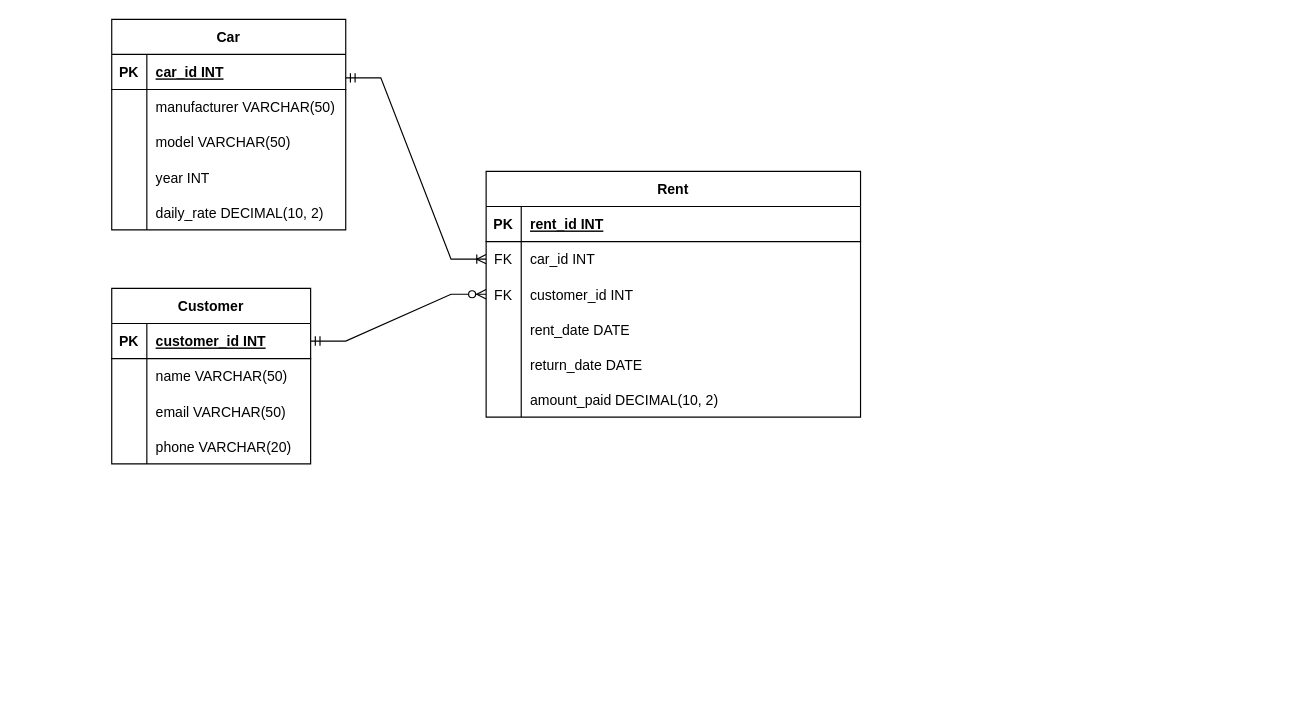
Above: 2 lab/ER diagrama.drawio in tomas6446/dbvs (draw.io), before the change. Source tidied: cells renumbered, new cells numbered last; positions are measured from the earlier drawing's top-left corner, leaving out a move shared by most shapes. Both pictures are drawn from the tidied source at 117%, with x=0, y=0 at pixel (111, 19).
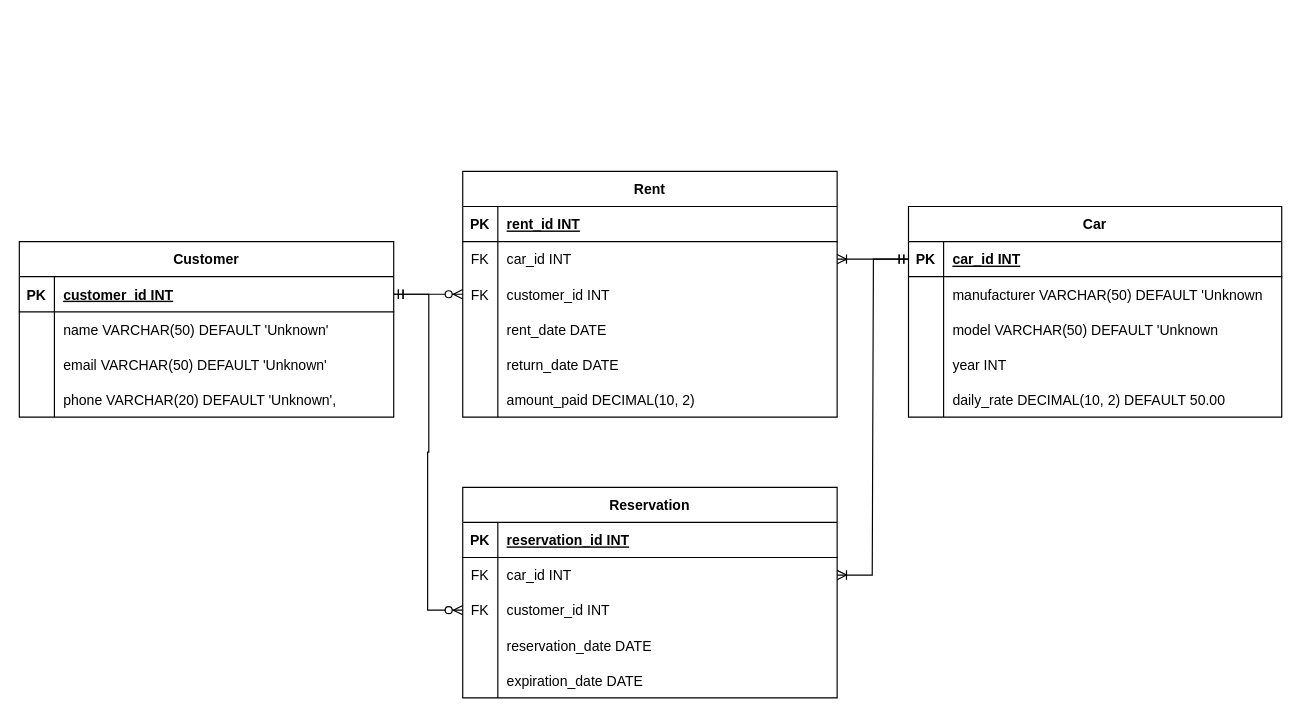
The same page after the edit.

The change refers to these unchanged cells:
```xml
<mxCell id="36" style="shape=tableRow;horizontal=0;startSize=0;swimlaneHead=0;swimlaneBody=0;fillColor=none;points=[[0,0.5],[1,0.5]];portConstraint=eastwest;strokeColor=inherit;top=0;left=0;right=0;bottom=0;" parent="32" vertex="1">
  <mxGeometry y="60" width="320" height="30" as="geometry" />
</mxCell>
```

What changed in the source:
```diff
@@
     <mxCell id="2" value="Car" style="shape=table;startSize=30;childLayout=tableLayout;rowLines=0;fontStyle=1;align=center;" parent="1" vertex="1">
-      <mxGeometry width="200" height="180" as="geometry" />
+      <mxGeometry x="681" y="160" width="319" height="180" as="geometry" />
     </mxCell>
     <mxCell id="3" style="shape=tableRow;horizontal=0;startSize=0;swimlaneHead=0;swimlaneBody=0;fillColor=none;points=[[0,0.5],[1,0.5]];portConstraint=eastwest;strokeColor=inherit;top=0;left=0;right=0;bottom=1;" parent="2" vertex="1">
-      <mxGeometry y="30" width="200" height="30" as="geometry" />
+      <mxGeometry y="30" width="319" height="30" as="geometry" />
     </mxCell>
@@
     <mxCell id="5" value="car_id INT " style="shape=partialRectangle;overflow=hidden;fillColor=none;align=left;strokeColor=inherit;top=0;left=0;bottom=0;right=0;spacingLeft=6;fontStyle=5;" parent="3" vertex="1">
-      <mxGeometry x="30" width="170" height="30" as="geometry" />
+      <mxGeometry x="30" width="289" height="30" as="geometry" />
     </mxCell>
     <mxCell id="6" style="shape=tableRow;horizontal=0;startSize=0;swimlaneHead=0;swimlaneBody=0;fillColor=none;strokeColor=inherit;top=0;left=0;right=0;bottom=0;" parent="2" vertex="1">
-      <mxGeometry y="60" width="200" height="30" as="geometry" />
+      <mxGeometry y="60" width="319" height="30" as="geometry" />
     </mxCell>
@@
-    <mxCell id="8" value="manufacturer VARCHAR(50)" style="shape=partialRectangle;overflow=hidden;fillColor=none;align=left;strokeColor=inherit;top=0;left=0;bottom=0;right=0;spacingLeft=6;" parent="6" vertex="1">
-      <mxGeometry x="30" width="170" height="30" as="geometry" />
+    <mxCell id="8" value="manufacturer VARCHAR(50) DEFAULT 'Unknown" style="shape=partialRectangle;overflow=hidden;fillColor=none;align=left;strokeColor=inherit;top=0;left=0;bottom=0;right=0;spacingLeft=6;" parent="6" vertex="1">
+      <mxGeometry x="30" width="289" height="30" as="geometry" />
     </mxCell>
     <mxCell id="9" style="shape=tableRow;horizontal=0;startSize=0;swimlaneHead=0;swimlaneBody=0;fillColor=none;strokeColor=inherit;top=0;left=0;right=0;bottom=0;" parent="2" vertex="1">
-      <mxGeometry y="90" width="200" height="30" as="geometry" />
+      <mxGeometry y="90" width="319" height="30" as="geometry" />
     </mxCell>
@@
-    <mxCell id="11" value="model VARCHAR(50)" style="shape=partialRectangle;overflow=hidden;fillColor=none;align=left;strokeColor=inherit;top=0;left=0;bottom=0;right=0;spacingLeft=6;" parent="9" vertex="1">
-      <mxGeometry x="30" width="170" height="30" as="geometry" />
+    <mxCell id="11" value="model VARCHAR(50) DEFAULT 'Unknown" style="shape=partialRectangle;overflow=hidden;fillColor=none;align=left;strokeColor=inherit;top=0;left=0;bottom=0;right=0;spacingLeft=6;" parent="9" vertex="1">
+      <mxGeometry x="30" width="289" height="30" as="geometry" />
     </mxCell>
     <mxCell id="12" style="shape=tableRow;horizontal=0;startSize=0;swimlaneHead=0;swimlaneBody=0;fillColor=none;strokeColor=inherit;top=0;left=0;right=0;bottom=0;" parent="2" vertex="1">
-      <mxGeometry y="120" width="200" height="30" as="geometry" />
+      <mxGeometry y="120" width="319" height="30" as="geometry" />
     </mxCell>
@@
     <mxCell id="14" value="year INT" style="shape=partialRectangle;overflow=hidden;fillColor=none;align=left;strokeColor=inherit;top=0;left=0;bottom=0;right=0;spacingLeft=6;" parent="12" vertex="1">
-      <mxGeometry x="30" width="170" height="30" as="geometry" />
+      <mxGeometry x="30" width="289" height="30" as="geometry" />
     </mxCell>
     <mxCell id="15" style="shape=tableRow;horizontal=0;startSize=0;swimlaneHead=0;swimlaneBody=0;fillColor=none;strokeColor=inherit;top=0;left=0;right=0;bottom=0;" parent="2" vertex="1">
-      <mxGeometry y="150" width="200" height="30" as="geometry" />
+      <mxGeometry y="150" width="319" height="30" as="geometry" />
     </mxCell>
@@
-    <mxCell id="17" value="daily_rate DECIMAL(10, 2)" style="shape=partialRectangle;overflow=hidden;fillColor=none;align=left;strokeColor=inherit;top=0;left=0;bottom=0;right=0;spacingLeft=6;" parent="15" vertex="1">
-      <mxGeometry x="30" width="170" height="30" as="geometry" />
+    <mxCell id="17" value="daily_rate DECIMAL(10, 2) DEFAULT 50.00" style="shape=partialRectangle;overflow=hidden;fillColor=none;align=left;strokeColor=inherit;top=0;left=0;bottom=0;right=0;spacingLeft=6;" parent="15" vertex="1">
+      <mxGeometry x="30" width="289" height="30" as="geometry" />
     </mxCell>
     <mxCell id="18" value="Customer" style="shape=table;startSize=30;childLayout=tableLayout;rowLines=0;fontStyle=1;align=center;" parent="1" vertex="1">
-      <mxGeometry y="230" width="170" height="150" as="geometry" />
+      <mxGeometry x="-79" y="190" width="320" height="150" as="geometry" />
     </mxCell>
     <mxCell id="19" style="shape=tableRow;horizontal=0;startSize=0;swimlaneHead=0;swimlaneBody=0;fillColor=none;points=[[0,0.5],[1,0.5]];portConstraint=eastwest;strokeColor=inherit;top=0;left=0;right=0;bottom=1;" parent="18" vertex="1">
-      <mxGeometry y="30" width="170" height="30" as="geometry" />
+      <mxGeometry y="30" width="320" height="30" as="geometry" />
     </mxCell>
@@
     <mxCell id="21" value="customer_id INT " style="shape=partialRectangle;overflow=hidden;fillColor=none;align=left;strokeColor=inherit;top=0;left=0;bottom=0;right=0;spacingLeft=6;fontStyle=5;" parent="19" vertex="1">
-      <mxGeometry x="30" width="140" height="30" as="geometry" />
+      <mxGeometry x="30" width="290" height="30" as="geometry" />
     </mxCell>
     <mxCell id="22" style="shape=tableRow;horizontal=0;startSize=0;swimlaneHead=0;swimlaneBody=0;fillColor=none;strokeColor=inherit;top=0;left=0;right=0;bottom=0;" parent="18" vertex="1">
-      <mxGeometry y="60" width="170" height="30" as="geometry" />
+      <mxGeometry y="60" width="320" height="30" as="geometry" />
     </mxCell>
@@
-    <mxCell id="24" value="name VARCHAR(50)" style="shape=partialRectangle;overflow=hidden;fillColor=none;align=left;strokeColor=inherit;top=0;left=0;bottom=0;right=0;spacingLeft=6;" parent="22" vertex="1">
-      <mxGeometry x="30" width="140" height="30" as="geometry" />
+    <mxCell id="24" value="name VARCHAR(50) DEFAULT 'Unknown'" style="shape=partialRectangle;overflow=hidden;fillColor=none;align=left;strokeColor=inherit;top=0;left=0;bottom=0;right=0;spacingLeft=6;" parent="22" vertex="1">
+      <mxGeometry x="30" width="290" height="30" as="geometry" />
     </mxCell>
     <mxCell id="25" style="shape=tableRow;horizontal=0;startSize=0;swimlaneHead=0;swimlaneBody=0;fillColor=none;strokeColor=inherit;top=0;left=0;right=0;bottom=0;" parent="18" vertex="1">
-      <mxGeometry y="90" width="170" height="30" as="geometry" />
+      <mxGeometry y="90" width="320" height="30" as="geometry" />
     </mxCell>
@@
-    <mxCell id="27" value="email VARCHAR(50)" style="shape=partialRectangle;overflow=hidden;fillColor=none;align=left;strokeColor=inherit;top=0;left=0;bottom=0;right=0;spacingLeft=6;" parent="25" vertex="1">
-      <mxGeometry x="30" width="140" height="30" as="geometry" />
+    <mxCell id="27" value="email VARCHAR(50) DEFAULT 'Unknown'" style="shape=partialRectangle;overflow=hidden;fillColor=none;align=left;strokeColor=inherit;top=0;left=0;bottom=0;right=0;spacingLeft=6;" parent="25" vertex="1">
+      <mxGeometry x="30" width="290" height="30" as="geometry" />
     </mxCell>
     <mxCell id="28" style="shape=tableRow;horizontal=0;startSize=0;swimlaneHead=0;swimlaneBody=0;fillColor=none;strokeColor=inherit;top=0;left=0;right=0;bottom=0;" parent="18" vertex="1">
-      <mxGeometry y="120" width="170" height="30" as="geometry" />
+      <mxGeometry y="120" width="320" height="30" as="geometry" />
     </mxCell>
@@
-    <mxCell id="30" value="phone VARCHAR(20)" style="shape=partialRectangle;overflow=hidden;fillColor=none;align=left;strokeColor=inherit;top=0;left=0;bottom=0;right=0;spacingLeft=6;" parent="28" vertex="1">
-      <mxGeometry x="30" width="140" height="30" as="geometry" />
+    <mxCell id="30" value="phone VARCHAR(20) DEFAULT 'Unknown'," style="shape=partialRectangle;overflow=hidden;fillColor=none;align=left;strokeColor=inherit;top=0;left=0;bottom=0;right=0;spacingLeft=6;" parent="28" vertex="1">
+      <mxGeometry x="30" width="290" height="30" as="geometry" />
     </mxCell>
@@
     <mxCell id="32" value="Rent" style="shape=table;startSize=30;childLayout=tableLayout;rowLines=0;fontStyle=1;align=center;" parent="1" vertex="1">
-      <mxGeometry x="320" y="130" width="320" height="210" as="geometry" />
+      <mxGeometry x="300" y="130" width="320" height="210" as="geometry" />
     </mxCell>
@@
-    <mxCell id="51" style="edgeStyle=entityRelationEdgeStyle;fontSize=12;html=1;endArrow=ERoneToMany;startArrow=ERmandOne;rounded=0;exitX=1;exitY=0.667;exitDx=0;exitDy=0;exitPerimeter=0;entryX=0;entryY=0.5;entryDx=0;entryDy=0;" parent="1" edge="1" source="3" target="36">
+    <mxCell id="51" style="edgeStyle=entityRelationEdgeStyle;fontSize=12;html=1;endArrow=ERoneToMany;startArrow=ERmandOne;rounded=0;exitX=0;exitY=0.5;exitDx=0;exitDy=0;entryX=1;entryY=0.5;entryDx=0;entryDy=0;" parent="1" edge="1" source="3" target="36">
       <mxGeometry relative="1" as="geometry" />
     </mxCell>
+    <mxCell id="52" value="Reservation" style="shape=table;startSize=30;childLayout=tableLayout;rowLines=0;fontStyle=1;align=center;" parent="1" vertex="1">
+      <mxGeometry x="300" y="400" width="320" height="180" as="geometry" />
+    </mxCell>
+    <mxCell id="53" style="shape=tableRow;horizontal=0;startSize=0;swimlaneHead=0;swimlaneBody=0;fillColor=none;strokeColor=inherit;top=0;left=0;right=0;bottom=1;" parent="52" vertex="1">
+      <mxGeometry y="30" width="320" height="30" as="geometry" />
+    </mxCell>
+    <mxCell id="54" value="PK" style="shape=partialRectangle;overflow=hidden;fillColor=none;strokeColor=inherit;top=0;left=0;bottom=0;right=0;fontStyle=1;" parent="53" vertex="1">
+      <mxGeometry width="30" height="30" as="geometry" />
+    </mxCell>
+    <mxCell id="55" value="reservation_id INT " style="shape=partialRectangle;overflow=hidden;fillColor=none;align=left;strokeColor=inherit;top=0;left=0;bottom=0;right=0;spacingLeft=6;fontStyle=5;" parent="53" vertex="1">
+      <mxGeometry x="30" width="290" height="30" as="geometry" />
+    </mxCell>
+    <mxCell id="56" style="shape=tableRow;horizontal=0;startSize=0;swimlaneHead=0;swimlaneBody=0;fillColor=none;points=[[0,0.5],[1,0.5]];portConstraint=eastwest;strokeColor=inherit;top=0;left=0;right=0;bottom=0;" parent="52" vertex="1">
+      <mxGeometry y="60" width="320" height="30" as="geometry" />
+    </mxCell>
+    <mxCell id="57" value="FK" style="shape=partialRectangle;overflow=hidden;fillColor=none;strokeColor=inherit;top=0;left=0;bottom=0;right=0;" parent="56" vertex="1">
+      <mxGeometry width="30" height="30" as="geometry" />
+    </mxCell>
+    <mxCell id="58" value="car_id INT" style="shape=partialRectangle;overflow=hidden;fillColor=none;align=left;strokeColor=inherit;top=0;left=0;bottom=0;right=0;spacingLeft=6;" parent="56" vertex="1">
+      <mxGeometry x="30" width="290" height="30" as="geometry" />
+    </mxCell>
+    <mxCell id="59" style="shape=tableRow;horizontal=0;startSize=0;swimlaneHead=0;swimlaneBody=0;fillColor=none;points=[[0,0.5],[1,0.5]];portConstraint=eastwest;strokeColor=inherit;top=0;left=0;right=0;bottom=0;" parent="52" vertex="1">
+      <mxGeometry y="90" width="320" height="30" as="geometry" />
+    </mxCell>
+    <mxCell id="60" value="FK" style="shape=partialRectangle;overflow=hidden;fillColor=none;strokeColor=inherit;top=0;left=0;bottom=0;right=0;" parent="59" vertex="1">
+      <mxGeometry width="30" height="30" as="geometry" />
+    </mxCell>
+    <mxCell id="61" value="customer_id INT " style="shape=partialRectangle;overflow=hidden;fillColor=none;align=left;strokeColor=inherit;top=0;left=0;bottom=0;right=0;spacingLeft=6;" parent="59" vertex="1">
+      <mxGeometry x="30" width="290" height="30" as="geometry" />
+    </mxCell>
+    <mxCell id="62" style="shape=tableRow;horizontal=0;startSize=0;swimlaneHead=0;swimlaneBody=0;fillColor=none;strokeColor=inherit;top=0;left=0;right=0;bottom=0;" parent="52" vertex="1">
+      <mxGeometry y="120" width="320" height="30" as="geometry" />
+    </mxCell>
+    <mxCell id="63" style="shape=partialRectangle;overflow=hidden;fillColor=none;strokeColor=inherit;top=0;left=0;bottom=0;right=0;" parent="62" vertex="1">
+      <mxGeometry width="30" height="30" as="geometry" />
+    </mxCell>
+    <mxCell id="64" value="reservation_date DATE" style="shape=partialRectangle;overflow=hidden;fillColor=none;align=left;strokeColor=inherit;top=0;left=0;bottom=0;right=0;spacingLeft=6;" parent="62" vertex="1">
+      <mxGeometry x="30" width="290" height="30" as="geometry" />
+    </mxCell>
+    <mxCell id="65" style="shape=tableRow;horizontal=0;startSize=0;swimlaneHead=0;swimlaneBody=0;fillColor=none;strokeColor=inherit;top=0;left=0;right=0;bottom=0;" parent="52" vertex="1">
+      <mxGeometry y="150" width="320" height="30" as="geometry" />
+    </mxCell>
+    <mxCell id="66" style="shape=partialRectangle;overflow=hidden;fillColor=none;strokeColor=inherit;top=0;left=0;bottom=0;right=0;" parent="65" vertex="1">
+      <mxGeometry width="30" height="30" as="geometry" />
+    </mxCell>
+    <mxCell id="67" value="expiration_date DATE" style="shape=partialRectangle;overflow=hidden;fillColor=none;align=left;strokeColor=inherit;top=0;left=0;bottom=0;right=0;spacingLeft=6;" parent="65" vertex="1">
+      <mxGeometry x="30" width="290" height="30" as="geometry" />
+    </mxCell>
+    <mxCell id="68" style="edgeStyle=entityRelationEdgeStyle;fontSize=12;html=1;endArrow=ERzeroToMany;startArrow=ERmandOne;rounded=0;exitX=1;exitY=0.5;exitDx=0;exitDy=0;" parent="1" edge="1" source="19" target="59">
+      <mxGeometry relative="1" as="geometry" />
+    </mxCell>
+    <mxCell id="69" style="edgeStyle=entityRelationEdgeStyle;fontSize=12;html=1;endArrow=ERoneToMany;startArrow=ERmandOne;rounded=0;exitX=0;exitY=0.5;exitDx=0;exitDy=0;entryX=1;entryY=0.5;entryDx=0;entryDy=0;" parent="1" edge="1" source="3" target="56">
+      <mxGeometry relative="1" as="geometry" />
+    </mxCell>
```
